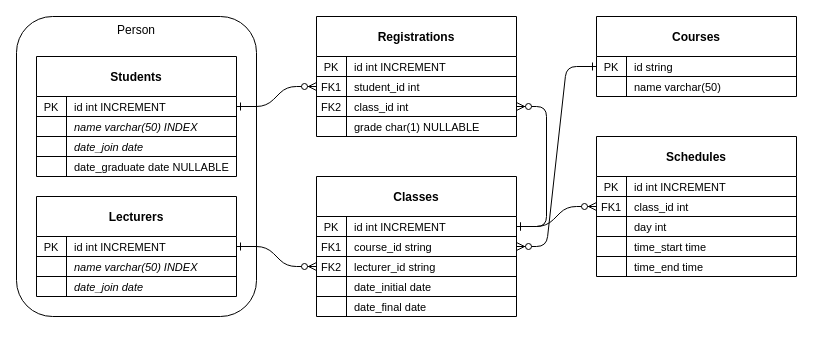
The draw.io diagram University Database/schema.drawio in hanggrian/IIT-CS425, before the edit. Source tidied: cells renumbered, new cells numbered last; positions are measured from the earlier drawing's top-left corner, leaving out a move shared by most shapes. Both pictures are drawn from the tidied source at 100%, with x=0, y=0 at pixel (16, 16).
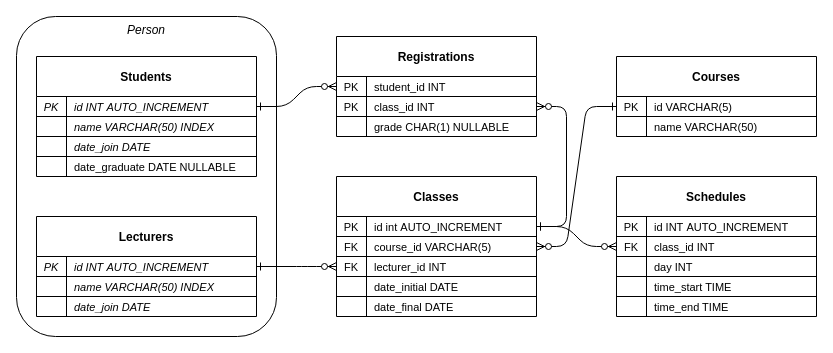
After the change.

Commit message (it also covers changes not shown here):
Add Homework 1.3, new directory Slides, fix schema (composite key, invalid syntax, dimension & position)

Unchanged cells that the change refers to:
```xml
<mxCell id="3" style="shape=partialRectangle;fillColor=none;points=[[0,0.5],[1,0.5]];portConstraint=eastwest;top=0;left=0;right=0;bottom=1;fontSize=11;" parent="2" vertex="1">
  <mxGeometry y="40" width="200" height="20" as="geometry" />
</mxCell>
<mxCell id="6" style="shape=partialRectangle;fillColor=none;top=0;left=0;right=0;bottom=0;fontSize=11;" parent="2" vertex="1">
  <mxGeometry y="60" width="200" height="20" as="geometry" />
</mxCell>
<mxCell id="10" style="shape=partialRectangle;fillColor=none;points=[[0,0.5],[1,0.5]];portConstraint=eastwest;top=0;left=0;right=0;bottom=1;fontSize=11;" parent="9" vertex="1">
  <mxGeometry y="40" width="200" height="20" as="geometry" />
</mxCell>
<mxCell id="13" style="shape=partialRectangle;fillColor=none;top=0;left=0;bottom=1;right=0;points=[[0,0.5],[1,0.5]];portConstraint=eastwest;fontSize=11;" parent="9" vertex="1">
  <mxGeometry y="60" width="200" height="20" as="geometry" />
</mxCell>
<mxCell id="16" style="shape=tableRow;horizontal=0;startSize=0;swimlaneHead=0;swimlaneBody=0;fillColor=none;points=[[0,0.5],[1,0.5]];portConstraint=eastwest;top=0;left=0;right=0;bottom=1;fontSize=11;" parent="9" vertex="1">
  <mxGeometry y="80" width="200" height="20" as="geometry" />
</mxCell>
<mxCell id="19" style="shape=tableRow;horizontal=0;startSize=0;swimlaneHead=0;swimlaneBody=0;fillColor=none;top=0;left=0;right=0;bottom=1;fontSize=11;" parent="9" vertex="1">
  <mxGeometry y="100" width="200" height="20" as="geometry" />
</mxCell>
<mxCell id="22" style="shape=partialRectangle;fillColor=none;top=0;left=0;right=0;bottom=0;fontSize=11;" parent="9" vertex="1">
  <mxGeometry y="120" width="200" height="20" as="geometry" />
</mxCell>
<mxCell id="28" style="shape=partialRectangle;fillColor=none;points=[[0,0.5],[1,0.5]];portConstraint=eastwest;top=0;left=0;right=0;bottom=1;fontSize=11;" parent="27" vertex="1">
  <mxGeometry y="40" width="200" height="20" as="geometry" />
</mxCell>
<mxCell id="31" style="shape=partialRectangle;fillColor=none;top=0;left=0;bottom=1;right=0;points=[[0,0.5],[1,0.5]];portConstraint=eastwest;fontSize=11;" parent="27" vertex="1">
  <mxGeometry y="60" width="200" height="20" as="geometry" />
</mxCell>
<mxCell id="43" style="shape=partialRectangle;fillColor=none;top=0;left=0;right=0;bottom=1;fontSize=11;" parent="42" vertex="1">
  <mxGeometry y="40" width="200" height="20" as="geometry" />
</mxCell>
<mxCell id="46" style="shape=tableRow;horizontal=0;startSize=0;swimlaneHead=0;swimlaneBody=0;fillColor=none;points=[[0,0.5],[1,0.5]];portConstraint=eastwest;top=0;left=0;right=0;bottom=1;fontSize=11;" parent="42" vertex="1">
  <mxGeometry y="60" width="200" height="20" as="geometry" />
</mxCell>
<mxCell id="49" style="shape=tableRow;horizontal=0;startSize=0;swimlaneHead=0;swimlaneBody=0;fillColor=none;top=0;left=0;right=0;bottom=1;fontSize=11;" parent="42" vertex="1">
  <mxGeometry y="80" width="200" height="20" as="geometry" />
</mxCell>
<mxCell id="52" style="shape=tableRow;horizontal=0;startSize=0;swimlaneHead=0;swimlaneBody=0;fillColor=none;top=0;left=0;right=0;bottom=1;" parent="42" vertex="1">
  <mxGeometry y="100" width="200" height="20" as="geometry" />
</mxCell>
<mxCell id="55" style="shape=partialRectangle;fillColor=none;top=0;left=0;right=0;bottom=0;fontSize=11;" parent="42" vertex="1">
  <mxGeometry y="120" width="200" height="20" as="geometry" />
</mxCell>
```

The edit, as a diff of the source:
```diff
@@
     <mxCell id="2" value="Courses" style="shape=table;startSize=40;childLayout=tableLayout;rowLines=0;fontStyle=1;align=center;fontSize=12;swimlaneFillColor=none;" parent="1" vertex="1">
-      <mxGeometry x="580" width="200" height="80" as="geometry" />
+      <mxGeometry x="600" y="40" width="200" height="80" as="geometry" />
     </mxCell>
@@
-    <mxCell id="5" value="id string" style="shape=partialRectangle;overflow=hidden;fillColor=none;top=0;left=0;bottom=0;right=0;align=left;spacingLeft=6;fontStyle=0;fontSize=11;" parent="3" vertex="1">
+    <mxCell id="5" value="id VARCHAR(5)" style="shape=partialRectangle;overflow=hidden;fillColor=none;top=0;left=0;bottom=0;right=0;align=left;spacingLeft=6;fontStyle=0;fontSize=11;" parent="3" vertex="1">
       <mxGeometry x="30" width="170" height="20" as="geometry" />
     </mxCell>
@@
-    <mxCell id="8" value="name varchar(50)" style="shape=partialRectangle;overflow=hidden;fillColor=none;top=0;left=0;bottom=0;right=0;align=left;spacingLeft=6;fontSize=11;" parent="6" vertex="1">
+    <mxCell id="8" value="name VARCHAR(50)" style="shape=partialRectangle;overflow=hidden;fillColor=none;top=0;left=0;bottom=0;right=0;align=left;spacingLeft=6;fontSize=11;" parent="6" vertex="1">
       <mxGeometry x="30" width="170" height="20" as="geometry" />
     </mxCell>
     <mxCell id="9" value="Classes" style="shape=table;startSize=40;childLayout=tableLayout;rowLines=0;fontStyle=1;align=center;fontSize=12;swimlaneFillColor=none;" parent="1" vertex="1">
-      <mxGeometry x="300" y="160" width="200" height="140" as="geometry" />
+      <mxGeometry x="320" y="160" width="200" height="140" as="geometry" />
     </mxCell>
@@
-    <mxCell id="12" value="id int INCREMENT" style="shape=partialRectangle;overflow=hidden;fillColor=none;top=0;left=0;bottom=0;right=0;align=left;spacingLeft=6;fontStyle=0;fontSize=11;" parent="10" vertex="1">
+    <mxCell id="12" value="id int AUTO_INCREMENT" style="shape=partialRectangle;overflow=hidden;fillColor=none;top=0;left=0;bottom=0;right=0;align=left;spacingLeft=6;fontStyle=0;fontSize=11;" parent="10" vertex="1">
       <mxGeometry x="30" width="170" height="20" as="geometry" />
     </mxCell>
@@
-    <mxCell id="14" value="FK1" style="shape=partialRectangle;fillColor=none;top=0;left=0;bottom=0;right=0;fontStyle=0;overflow=hidden;fontSize=11;" parent="13" vertex="1">
+    <mxCell id="14" value="FK" style="shape=partialRectangle;fillColor=none;top=0;left=0;bottom=0;right=0;fontStyle=0;overflow=hidden;fontSize=11;" parent="13" vertex="1">
       <mxGeometry width="30" height="20" as="geometry" />
     </mxCell>
-    <mxCell id="15" value="course_id string" style="shape=partialRectangle;fillColor=none;top=0;left=0;bottom=0;right=0;align=left;spacingLeft=6;fontStyle=0;overflow=hidden;fontSize=11;" parent="13" vertex="1">
+    <mxCell id="15" value="course_id VARCHAR(5)" style="shape=partialRectangle;fillColor=none;top=0;left=0;bottom=0;right=0;align=left;spacingLeft=6;fontStyle=0;overflow=hidden;fontSize=11;" parent="13" vertex="1">
       <mxGeometry x="30" width="170" height="20" as="geometry" />
     </mxCell>
@@
-    <mxCell id="17" value="FK2" style="shape=partialRectangle;fillColor=none;top=0;left=0;bottom=0;right=0;fontStyle=0;overflow=hidden;fontSize=11;" parent="16" vertex="1">
+    <mxCell id="17" value="FK" style="shape=partialRectangle;fillColor=none;top=0;left=0;bottom=0;right=0;fontStyle=0;overflow=hidden;fontSize=11;" parent="16" vertex="1">
       <mxGeometry width="30" height="20" as="geometry" />
     </mxCell>
-    <mxCell id="18" value="lecturer_id string" style="shape=partialRectangle;fillColor=none;top=0;left=0;bottom=0;right=0;align=left;spacingLeft=6;fontStyle=0;overflow=hidden;fontSize=11;" parent="16" vertex="1">
+    <mxCell id="18" value="lecturer_id INT" style="shape=partialRectangle;fillColor=none;top=0;left=0;bottom=0;right=0;align=left;spacingLeft=6;fontStyle=0;overflow=hidden;fontSize=11;" parent="16" vertex="1">
       <mxGeometry x="30" width="170" height="20" as="geometry" />
     </mxCell>
@@
-    <mxCell id="21" value="date_initial date" style="shape=partialRectangle;fillColor=none;top=0;left=0;bottom=0;right=0;align=left;spacingLeft=6;fontStyle=0;overflow=hidden;fontSize=11;" parent="19" vertex="1">
+    <mxCell id="21" value="date_initial DATE" style="shape=partialRectangle;fillColor=none;top=0;left=0;bottom=0;right=0;align=left;spacingLeft=6;fontStyle=0;overflow=hidden;fontSize=11;" parent="19" vertex="1">
       <mxGeometry x="30" width="170" height="20" as="geometry" />
     </mxCell>
@@
-    <mxCell id="24" value="date_final date" style="shape=partialRectangle;overflow=hidden;fillColor=none;top=0;left=0;bottom=0;right=0;align=left;spacingLeft=6;fontSize=11;" parent="22" vertex="1">
+    <mxCell id="24" value="date_final DATE" style="shape=partialRectangle;overflow=hidden;fillColor=none;top=0;left=0;bottom=0;right=0;align=left;spacingLeft=6;fontSize=11;" parent="22" vertex="1">
       <mxGeometry x="30" width="170" height="20" as="geometry" />
     </mxCell>
@@
     <mxCell id="27" value="Registrations" style="shape=table;startSize=40;childLayout=tableLayout;rowLines=0;fontStyle=1;align=center;fontSize=12;swimlaneFillColor=none;" parent="1" vertex="1">
-      <mxGeometry x="300" width="200" height="120" as="geometry" />
+      <mxGeometry x="320" y="20" width="200" height="100" as="geometry" />
     </mxCell>
@@
-    <mxCell id="30" value="id int INCREMENT" style="shape=partialRectangle;overflow=hidden;fillColor=none;top=0;left=0;bottom=0;right=0;align=left;spacingLeft=6;fontStyle=0;fontSize=11;" parent="28" vertex="1">
+    <mxCell id="30" value="student_id INT" style="shape=partialRectangle;overflow=hidden;fillColor=none;top=0;left=0;bottom=0;right=0;align=left;spacingLeft=6;fontStyle=0;fontSize=11;" parent="28" vertex="1">
       <mxGeometry x="30" width="170" height="20" as="geometry" />
     </mxCell>
@@
-    <mxCell id="32" value="FK1" style="shape=partialRectangle;fillColor=none;top=0;left=0;bottom=0;right=0;fontStyle=0;overflow=hidden;fontSize=11;" parent="31" vertex="1">
+    <mxCell id="32" value="PK" style="shape=partialRectangle;fillColor=none;top=0;left=0;bottom=0;right=0;fontStyle=0;overflow=hidden;fontSize=11;" parent="31" vertex="1">
       <mxGeometry width="30" height="20" as="geometry" />
     </mxCell>
-    <mxCell id="33" value="student_id int" style="shape=partialRectangle;fillColor=none;top=0;left=0;bottom=0;right=0;align=left;spacingLeft=6;fontStyle=0;overflow=hidden;fontSize=11;" parent="31" vertex="1">
+    <mxCell id="33" value="class_id INT" style="shape=partialRectangle;fillColor=none;top=0;left=0;bottom=0;right=0;align=left;spacingLeft=6;fontStyle=0;overflow=hidden;fontSize=11;" parent="31" vertex="1">
       <mxGeometry x="30" width="170" height="20" as="geometry" />
     </mxCell>
-    <mxCell id="34" style="shape=partialRectangle;fillColor=none;top=0;left=0;bottom=1;right=0;points=[[0,0.5],[1,0.5]];portConstraint=eastwest;fontSize=11;" parent="27" vertex="1">
-      <mxGeometry y="80" width="200" height="20" as="geometry" />
-    </mxCell>
-    <mxCell id="35" value="FK2" style="shape=partialRectangle;fillColor=none;top=0;left=0;bottom=0;right=0;fontStyle=0;overflow=hidden;fontSize=11;" parent="34" vertex="1">
-      <mxGeometry width="30" height="20" as="geometry" />
-    </mxCell>
-    <mxCell id="36" value="class_id int" style="shape=partialRectangle;fillColor=none;top=0;left=0;bottom=0;right=0;align=left;spacingLeft=6;fontStyle=0;overflow=hidden;fontSize=11;" parent="34" vertex="1">
-      <mxGeometry x="30" width="170" height="20" as="geometry" />
-    </mxCell>
     <mxCell id="37" style="shape=partialRectangle;fillColor=none;top=0;left=0;right=0;bottom=0;fontSize=11;" parent="27" vertex="1">
-      <mxGeometry y="100" width="200" height="20" as="geometry" />
+      <mxGeometry y="80" width="200" height="20" as="geometry" />
     </mxCell>
@@
-    <mxCell id="39" value="grade char(1) NULLABLE" style="shape=partialRectangle;overflow=hidden;fillColor=none;top=0;left=0;bottom=0;right=0;align=left;spacingLeft=6;fontSize=11;" parent="37" vertex="1">
+    <mxCell id="39" value="grade CHAR(1) NULLABLE" style="shape=partialRectangle;overflow=hidden;fillColor=none;top=0;left=0;bottom=0;right=0;align=left;spacingLeft=6;fontSize=11;" parent="37" vertex="1">
       <mxGeometry x="30" width="170" height="20" as="geometry" />
     </mxCell>
-    <mxCell id="40" style="edgeStyle=entityRelationEdgeStyle;endArrow=ERzeroToMany;startArrow=ERone;endFill=1;startFill=0;fontSize=11;entryX=0;entryY=0.5;entryDx=0;entryDy=0;exitX=1;exitY=0.5;exitDx=0;exitDy=0;" parent="1" edge="1" source="61" target="31">
+    <mxCell id="40" style="edgeStyle=entityRelationEdgeStyle;endArrow=ERzeroToMany;startArrow=ERone;endFill=1;startFill=0;fontSize=11;entryX=0;entryY=0.5;entryDx=0;entryDy=0;exitX=1;exitY=0.5;exitDx=0;exitDy=0;" parent="1" edge="1" source="61" target="28">
       <mxGeometry relative="1" as="geometry" />
     </mxCell>
-    <mxCell id="41" style="edgeStyle=entityRelationEdgeStyle;endArrow=ERzeroToMany;startArrow=ERone;endFill=1;startFill=0;fontSize=11;entryX=1;entryY=0.5;entryDx=0;entryDy=0;exitX=1;exitY=0.5;exitDx=0;exitDy=0;" parent="1" edge="1" source="10" target="34">
+    <mxCell id="41" style="edgeStyle=entityRelationEdgeStyle;endArrow=ERzeroToMany;startArrow=ERone;endFill=1;startFill=0;fontSize=11;entryX=1;entryY=0.5;entryDx=0;entryDy=0;exitX=1;exitY=0.5;exitDx=0;exitDy=0;" parent="1" edge="1" source="10" target="31">
       <mxGeometry relative="1" as="geometry" />
     </mxCell>
     <mxCell id="42" value="Schedules" style="shape=table;startSize=40;childLayout=tableLayout;rowLines=0;fontStyle=1;align=center;fontSize=12;swimlaneFillColor=none;" parent="1" vertex="1">
-      <mxGeometry x="580" y="120" width="200" height="140" as="geometry" />
+      <mxGeometry x="600" y="160" width="200" height="140" as="geometry" />
     </mxCell>
@@
-    <mxCell id="45" value="id int INCREMENT" style="shape=partialRectangle;overflow=hidden;fillColor=none;top=0;left=0;bottom=0;right=0;align=left;spacingLeft=6;fontStyle=0;fontSize=11;" parent="43" vertex="1">
+    <mxCell id="45" value="id INT AUTO_INCREMENT" style="shape=partialRectangle;overflow=hidden;fillColor=none;top=0;left=0;bottom=0;right=0;align=left;spacingLeft=6;fontStyle=0;fontSize=11;" parent="43" vertex="1">
       <mxGeometry x="30" width="170" height="20" as="geometry" />
     </mxCell>
@@
-    <mxCell id="47" value="FK1" style="shape=partialRectangle;fillColor=none;top=0;left=0;bottom=0;right=0;fontStyle=0;overflow=hidden;fontSize=11;" parent="46" vertex="1">
+    <mxCell id="47" value="FK" style="shape=partialRectangle;fillColor=none;top=0;left=0;bottom=0;right=0;fontStyle=0;overflow=hidden;fontSize=11;" parent="46" vertex="1">
       <mxGeometry width="30" height="20" as="geometry" />
     </mxCell>
-    <mxCell id="48" value="class_id int" style="shape=partialRectangle;fillColor=none;top=0;left=0;bottom=0;right=0;align=left;spacingLeft=6;fontStyle=0;overflow=hidden;fontSize=11;" parent="46" vertex="1">
+    <mxCell id="48" value="class_id INT" style="shape=partialRectangle;fillColor=none;top=0;left=0;bottom=0;right=0;align=left;spacingLeft=6;fontStyle=0;overflow=hidden;fontSize=11;" parent="46" vertex="1">
       <mxGeometry x="30" width="170" height="20" as="geometry" />
     </mxCell>
@@
-    <mxCell id="51" value="day int" style="shape=partialRectangle;fillColor=none;top=0;left=0;bottom=0;right=0;align=left;spacingLeft=6;fontStyle=0;overflow=hidden;fontSize=11;" parent="49" vertex="1">
+    <mxCell id="51" value="day INT" style="shape=partialRectangle;fillColor=none;top=0;left=0;bottom=0;right=0;align=left;spacingLeft=6;fontStyle=0;overflow=hidden;fontSize=11;" parent="49" vertex="1">
       <mxGeometry x="30" width="170" height="20" as="geometry" />
     </mxCell>
@@
-    <mxCell id="54" value="time_start time" style="shape=partialRectangle;fillColor=none;top=0;left=0;bottom=0;right=0;align=left;spacingLeft=6;fontStyle=0;overflow=hidden;fontSize=11;" parent="52" vertex="1">
+    <mxCell id="54" value="time_start TIME" style="shape=partialRectangle;fillColor=none;top=0;left=0;bottom=0;right=0;align=left;spacingLeft=6;fontStyle=0;overflow=hidden;fontSize=11;" parent="52" vertex="1">
       <mxGeometry x="30" width="170" height="20" as="geometry" />
     </mxCell>
@@
-    <mxCell id="57" value="time_end time" style="shape=partialRectangle;overflow=hidden;fillColor=none;top=0;left=0;bottom=0;right=0;align=left;spacingLeft=6;fontSize=11;" parent="55" vertex="1">
+    <mxCell id="57" value="time_end TIME" style="shape=partialRectangle;overflow=hidden;fillColor=none;top=0;left=0;bottom=0;right=0;align=left;spacingLeft=6;fontSize=11;" parent="55" vertex="1">
       <mxGeometry x="30" width="170" height="20" as="geometry" />
     </mxCell>
@@
-    <mxCell id="59" value="Person" style="group;strokeColor=default;rounded=1;shadow=0;glass=0;" parent="1" vertex="1">
-      <mxGeometry width="240" height="300" as="geometry" />
+    <mxCell id="59" value="Person" style="group;strokeColor=default;rounded=1;shadow=0;glass=0;fontStyle=2;" parent="1" vertex="1">
+      <mxGeometry width="260" height="320" as="geometry" />
     </mxCell>
     <mxCell id="60" value="Students" style="shape=table;startSize=40;childLayout=tableLayout;rowLines=0;fontStyle=1;align=center;fontSize=12;swimlaneFillColor=none;" parent="59" vertex="1">
-      <mxGeometry x="20" y="40" width="200" height="120" as="geometry" />
+      <mxGeometry x="20" y="40" width="220" height="120" as="geometry" />
     </mxCell>
     <mxCell id="61" style="shape=partialRectangle;fillColor=none;points=[[0,0.5],[1,0.5]];portConstraint=eastwest;top=0;left=0;right=0;bottom=1;fontSize=11;" parent="60" vertex="1">
-      <mxGeometry y="40" width="200" height="20" as="geometry" />
+      <mxGeometry y="40" width="220" height="20" as="geometry" />
     </mxCell>
-    <mxCell id="62" value="PK" style="shape=partialRectangle;overflow=hidden;fillColor=none;top=0;left=0;bottom=0;right=0;fontStyle=0;fontSize=11;" parent="61" vertex="1">
+    <mxCell id="62" value="PK" style="shape=partialRectangle;overflow=hidden;fillColor=none;top=0;left=0;bottom=0;right=0;fontStyle=2;fontSize=11;" parent="61" vertex="1">
       <mxGeometry width="30" height="20" as="geometry" />
     </mxCell>
-    <mxCell id="63" value="id int INCREMENT" style="shape=partialRectangle;overflow=hidden;fillColor=none;top=0;left=0;bottom=0;right=0;align=left;spacingLeft=6;fontStyle=0;fontSize=11;" parent="61" vertex="1">
-      <mxGeometry x="30" width="170" height="20" as="geometry" />
+    <mxCell id="63" value="id INT AUTO_INCREMENT" style="shape=partialRectangle;overflow=hidden;fillColor=none;top=0;left=0;bottom=0;right=0;align=left;spacingLeft=6;fontStyle=2;fontSize=11;" parent="61" vertex="1">
+      <mxGeometry x="30" width="190" height="20" as="geometry" />
     </mxCell>
     <mxCell id="64" style="shape=partialRectangle;fillColor=none;top=0;left=0;bottom=1;right=0;fontSize=11;" parent="60" vertex="1">
-      <mxGeometry y="60" width="200" height="20" as="geometry" />
+      <mxGeometry y="60" width="220" height="20" as="geometry" />
     </mxCell>
@@
-    <mxCell id="66" value="name varchar(50) INDEX" style="shape=partialRectangle;fillColor=none;top=0;left=0;bottom=0;right=0;align=left;spacingLeft=6;fontStyle=2;overflow=hidden;fontSize=11;" parent="64" vertex="1">
-      <mxGeometry x="30" width="170" height="20" as="geometry" />
+    <mxCell id="66" value="name VARCHAR(50) INDEX" style="shape=partialRectangle;fillColor=none;top=0;left=0;bottom=0;right=0;align=left;spacingLeft=6;fontStyle=2;overflow=hidden;fontSize=11;" parent="64" vertex="1">
+      <mxGeometry x="30" width="190" height="20" as="geometry" />
     </mxCell>
     <mxCell id="67" style="shape=partialRectangle;fillColor=none;top=0;left=0;bottom=1;right=0;fontSize=11;" parent="60" vertex="1">
-      <mxGeometry y="80" width="200" height="20" as="geometry" />
+      <mxGeometry y="80" width="220" height="20" as="geometry" />
     </mxCell>
@@
-    <mxCell id="69" value="date_join date" style="shape=partialRectangle;fillColor=none;top=0;left=0;bottom=0;right=0;align=left;spacingLeft=6;fontStyle=2;overflow=hidden;fontSize=11;" parent="67" vertex="1">
-      <mxGeometry x="30" width="170" height="20" as="geometry" />
+    <mxCell id="69" value="date_join DATE" style="shape=partialRectangle;fillColor=none;top=0;left=0;bottom=0;right=0;align=left;spacingLeft=6;fontStyle=2;overflow=hidden;fontSize=11;" parent="67" vertex="1">
+      <mxGeometry x="30" width="190" height="20" as="geometry" />
     </mxCell>
     <mxCell id="70" style="shape=partialRectangle;fillColor=none;top=0;left=0;right=0;bottom=0;fontSize=11;" parent="60" vertex="1">
-      <mxGeometry y="100" width="200" height="20" as="geometry" />
+      <mxGeometry y="100" width="220" height="20" as="geometry" />
     </mxCell>
@@
-    <mxCell id="72" value="date_graduate date NULLABLE" style="shape=partialRectangle;overflow=hidden;fillColor=none;top=0;left=0;bottom=0;right=0;align=left;spacingLeft=6;fontSize=11;" parent="70" vertex="1">
-      <mxGeometry x="30" width="170" height="20" as="geometry" />
+    <mxCell id="72" value="date_graduate DATE NULLABLE" style="shape=partialRectangle;overflow=hidden;fillColor=none;top=0;left=0;bottom=0;right=0;align=left;spacingLeft=6;fontSize=11;" parent="70" vertex="1">
+      <mxGeometry x="30" width="190" height="20" as="geometry" />
     </mxCell>
     <mxCell id="73" value="Lecturers" style="shape=table;startSize=40;childLayout=tableLayout;rowLines=0;fontStyle=1;align=center;fontSize=12;swimlaneFillColor=none;" parent="59" vertex="1">
-      <mxGeometry x="20" y="180" width="200" height="100" as="geometry" />
+      <mxGeometry x="20" y="200" width="220" height="100" as="geometry" />
     </mxCell>
     <mxCell id="74" style="shape=partialRectangle;fillColor=none;points=[[0,0.5],[1,0.5]];portConstraint=eastwest;top=0;left=0;right=0;bottom=1;fontSize=11;" parent="73" vertex="1">
-      <mxGeometry y="40" width="200" height="20" as="geometry" />
+      <mxGeometry y="40" width="220" height="20" as="geometry" />
     </mxCell>
-    <mxCell id="75" value="PK" style="shape=partialRectangle;overflow=hidden;fillColor=none;top=0;left=0;bottom=0;right=0;fontStyle=0;fontSize=11;" parent="74" vertex="1">
+    <mxCell id="75" value="PK" style="shape=partialRectangle;overflow=hidden;fillColor=none;top=0;left=0;bottom=0;right=0;fontStyle=2;fontSize=11;" parent="74" vertex="1">
       <mxGeometry width="30" height="20" as="geometry" />
     </mxCell>
-    <mxCell id="76" value="id int INCREMENT" style="shape=partialRectangle;overflow=hidden;fillColor=none;top=0;left=0;bottom=0;right=0;align=left;spacingLeft=6;fontStyle=0;fontSize=11;" parent="74" vertex="1">
-      <mxGeometry x="30" width="170" height="20" as="geometry" />
+    <mxCell id="76" value="id INT AUTO_INCREMENT" style="shape=partialRectangle;overflow=hidden;fillColor=none;top=0;left=0;bottom=0;right=0;align=left;spacingLeft=6;fontStyle=2;fontSize=11;" parent="74" vertex="1">
+      <mxGeometry x="30" width="190" height="20" as="geometry" />
     </mxCell>
     <mxCell id="77" style="shape=partialRectangle;fillColor=none;top=0;left=0;bottom=1;right=0;fontSize=11;" parent="73" vertex="1">
-      <mxGeometry y="60" width="200" height="20" as="geometry" />
+      <mxGeometry y="60" width="220" height="20" as="geometry" />
     </mxCell>
@@
-    <mxCell id="79" value="name varchar(50) INDEX" style="shape=partialRectangle;fillColor=none;top=0;left=0;bottom=0;right=0;align=left;spacingLeft=6;fontStyle=2;overflow=hidden;fontSize=11;" parent="77" vertex="1">
-      <mxGeometry x="30" width="170" height="20" as="geometry" />
+    <mxCell id="79" value="name VARCHAR(50) INDEX" style="shape=partialRectangle;fillColor=none;top=0;left=0;bottom=0;right=0;align=left;spacingLeft=6;fontStyle=2;overflow=hidden;fontSize=11;" parent="77" vertex="1">
+      <mxGeometry x="30" width="190" height="20" as="geometry" />
     </mxCell>
     <mxCell id="80" style="shape=partialRectangle;fillColor=none;top=0;left=0;right=0;bottom=0;fontSize=11;" parent="73" vertex="1">
-      <mxGeometry y="80" width="200" height="20" as="geometry" />
+      <mxGeometry y="80" width="220" height="20" as="geometry" />
     </mxCell>
@@
-    <mxCell id="82" value="date_join date" style="shape=partialRectangle;overflow=hidden;fillColor=none;top=0;left=0;bottom=0;right=0;align=left;spacingLeft=6;fontSize=11;fontStyle=2;" parent="80" vertex="1">
-      <mxGeometry x="30" width="170" height="20" as="geometry" />
+    <mxCell id="82" value="date_join DATE" style="shape=partialRectangle;overflow=hidden;fillColor=none;top=0;left=0;bottom=0;right=0;align=left;spacingLeft=6;fontSize=11;fontStyle=2;" parent="80" vertex="1">
+      <mxGeometry x="30" width="190" height="20" as="geometry" />
     </mxCell>
```
